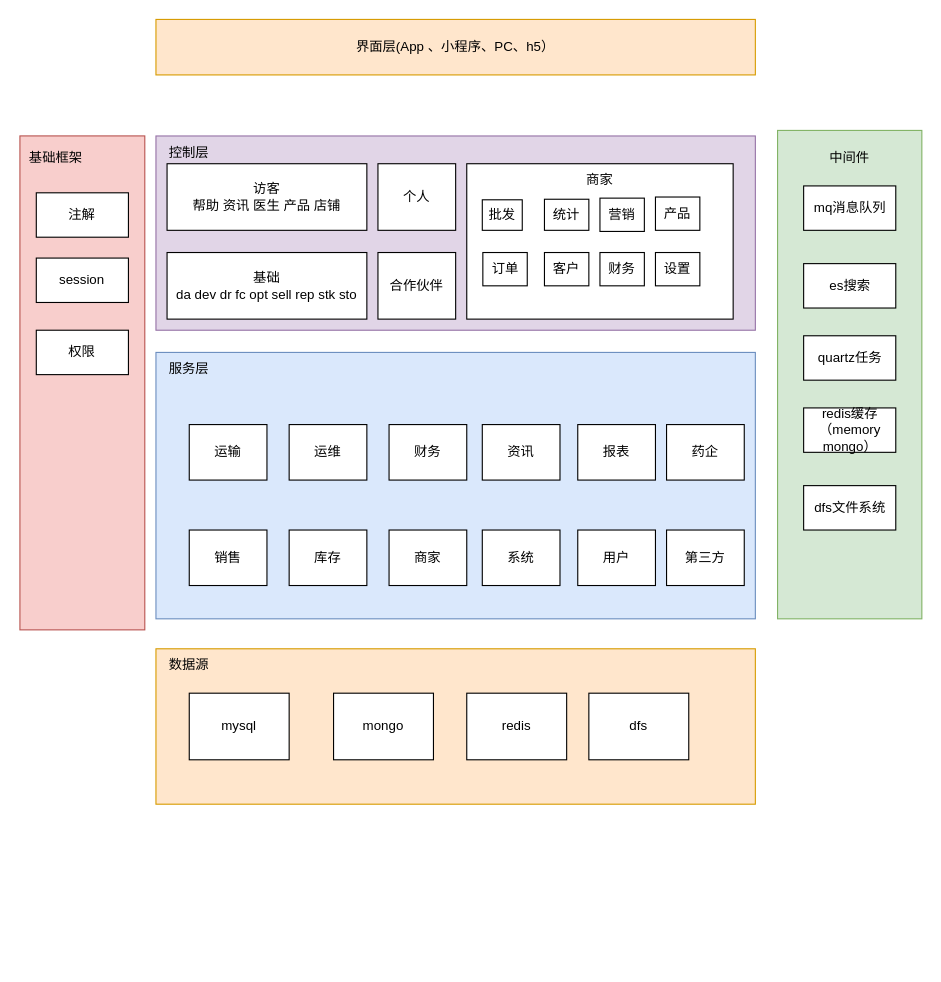
Above: 未命名绘图.drawio in evilbinary/data (draw.io), before the change. Source tidied: cells renumbered, new cells numbered last; positions are measured from the earlier drawing's top-left corner, leaving out a move shared by most shapes. Both pictures are drawn from the tidied source at 111%, with x=0, y=0 at pixel (-165, 19).
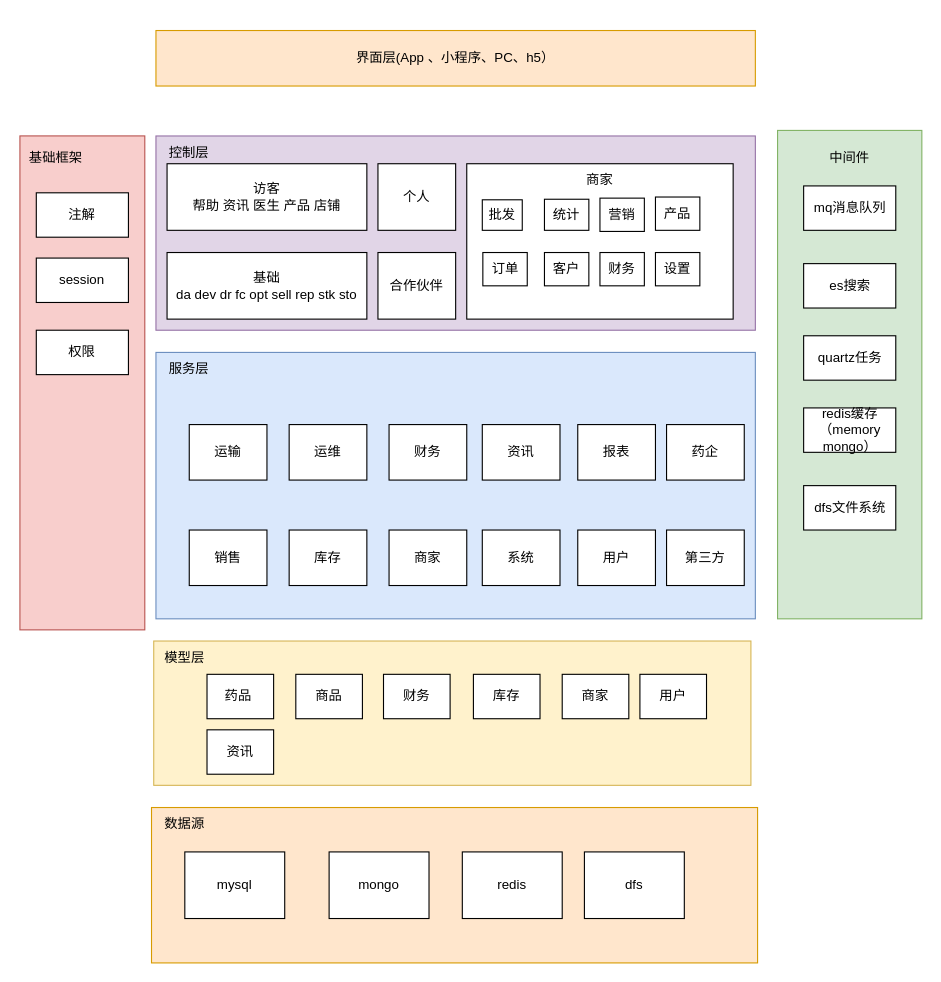
Above is the later version.

Commit message:
更新未命名绘图.drawio

What changed in the source:
```diff
@@
     <mxCell id="3" value="界面层(App 、小程序、PC、h5）" style="rounded=0;whiteSpace=wrap;html=1;fillColor=#ffe6cc;strokeColor=#d79b00;" parent="1" vertex="1">
-      <mxGeometry x="289" width="540" height="50" as="geometry" />
+      <mxGeometry x="289" y="10" width="540" height="50" as="geometry" />
     </mxCell>
@@
     <mxCell id="9" style="rounded=0;whiteSpace=wrap;html=1;fillColor=#ffe6cc;strokeColor=#d79b00;" parent="1" vertex="1">
-      <mxGeometry x="289" y="567" width="540" height="140" as="geometry" />
+      <mxGeometry x="285" y="710" width="546" height="140" as="geometry" />
     </mxCell>
     <mxCell id="10" value="mysql" style="rounded=0;whiteSpace=wrap;html=1;" parent="1" vertex="1">
-      <mxGeometry x="319" y="607" width="90" height="60" as="geometry" />
+      <mxGeometry x="315" y="750" width="90" height="60" as="geometry" />
     </mxCell>
@@
     <mxCell id="13" value="mongo" style="rounded=0;whiteSpace=wrap;html=1;" parent="1" vertex="1">
-      <mxGeometry x="449" y="607" width="90" height="60" as="geometry" />
+      <mxGeometry x="445" y="750" width="90" height="60" as="geometry" />
     </mxCell>
     <mxCell id="14" value="redis" style="rounded=0;whiteSpace=wrap;html=1;" parent="1" vertex="1">
-      <mxGeometry x="569" y="607" width="90" height="60" as="geometry" />
+      <mxGeometry x="565" y="750" width="90" height="60" as="geometry" />
     </mxCell>
@@
     <mxCell id="16" value="数据源" style="text;html=1;strokeColor=none;fillColor=none;align=center;verticalAlign=middle;whiteSpace=wrap;rounded=0;" parent="1" vertex="1">
-      <mxGeometry x="289" y="567" width="60" height="30" as="geometry" />
+      <mxGeometry x="285" y="710" width="60" height="30" as="geometry" />
     </mxCell>
     <mxCell id="17" value="dfs" style="rounded=0;whiteSpace=wrap;html=1;" parent="1" vertex="1">
-      <mxGeometry x="679" y="607" width="90" height="60" as="geometry" />
+      <mxGeometry x="675" y="750" width="90" height="60" as="geometry" />
     </mxCell>
@@
+    <mxCell id="51" style="rounded=0;whiteSpace=wrap;html=1;fillColor=#fff2cc;strokeColor=#d6b656;" parent="1" vertex="1">
+      <mxGeometry x="287" y="560" width="538" height="130" as="geometry" />
+    </mxCell>
+    <mxCell id="52" value="模型层" style="text;html=1;strokeColor=none;fillColor=none;align=center;verticalAlign=middle;whiteSpace=wrap;rounded=0;" parent="1" vertex="1">
+      <mxGeometry x="285" y="560" width="60" height="30" as="geometry" />
+    </mxCell>
+    <mxCell id="53" value="药品&lt;span style=&quot;white-space: pre;&quot;&gt; &lt;/span&gt;" style="rounded=0;whiteSpace=wrap;html=1;" parent="1" vertex="1">
+      <mxGeometry x="335" y="590" width="60" height="40" as="geometry" />
+    </mxCell>
+    <mxCell id="54" value="商品" style="rounded=0;whiteSpace=wrap;html=1;" parent="1" vertex="1">
+      <mxGeometry x="415" y="590" width="60" height="40" as="geometry" />
+    </mxCell>
+    <mxCell id="55" value="财务" style="rounded=0;whiteSpace=wrap;html=1;" parent="1" vertex="1">
+      <mxGeometry x="494" y="590" width="60" height="40" as="geometry" />
+    </mxCell>
+    <mxCell id="56" value="库存" style="rounded=0;whiteSpace=wrap;html=1;" parent="1" vertex="1">
+      <mxGeometry x="575" y="590" width="60" height="40" as="geometry" />
+    </mxCell>
+    <mxCell id="57" value="商家" style="rounded=0;whiteSpace=wrap;html=1;" parent="1" vertex="1">
+      <mxGeometry x="655" y="590" width="60" height="40" as="geometry" />
+    </mxCell>
+    <mxCell id="58" value="用户" style="rounded=0;whiteSpace=wrap;html=1;" parent="1" vertex="1">
+      <mxGeometry x="725" y="590" width="60" height="40" as="geometry" />
+    </mxCell>
+    <mxCell id="59" value="资讯" style="rounded=0;whiteSpace=wrap;html=1;" parent="1" vertex="1">
+      <mxGeometry x="335" y="640" width="60" height="40" as="geometry" />
+    </mxCell>
```
